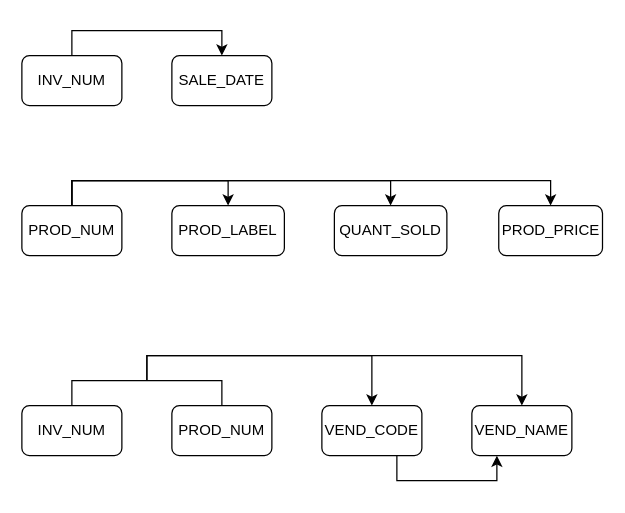
Before: Dependencies_remove_partial.drawio in muoujiang/byb_project, a draw.io diagram. Source tidied: cells renumbered, new cells numbered last; positions are measured from the earlier drawing's top-left corner, leaving out a move shared by most shapes. Both pictures are drawn from the tidied source at 125%, with x=0, y=0 at pixel (21, 55).
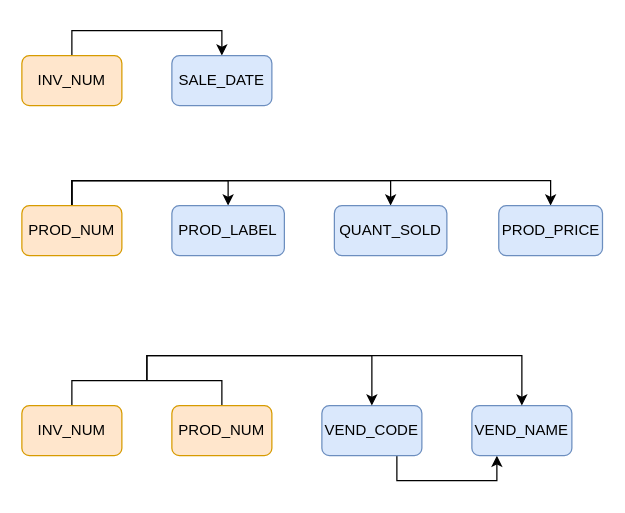
The same page after the edit.

Diff of the diagram source:
```diff
@@
-    <mxCell id="3" value="INV_NUM" style="rounded=1;whiteSpace=wrap;html=1;" parent="1" vertex="1">
+    <mxCell id="3" value="INV_NUM" style="rounded=1;whiteSpace=wrap;html=1;fillColor=#ffe6cc;strokeColor=#d79b00;" parent="1" vertex="1">
       <mxGeometry width="80" height="40" as="geometry" />
     </mxCell>
@@
-    <mxCell id="7" value="PROD_NUM" style="rounded=1;whiteSpace=wrap;html=1;" parent="1" vertex="1">
+    <mxCell id="7" value="PROD_NUM" style="rounded=1;whiteSpace=wrap;html=1;fillColor=#ffe6cc;strokeColor=#d79b00;" parent="1" vertex="1">
       <mxGeometry y="120" width="80" height="40" as="geometry" />
     </mxCell>
-    <mxCell id="8" value="SALE_DATE" style="rounded=1;whiteSpace=wrap;html=1;" parent="1" vertex="1">
+    <mxCell id="8" value="SALE_DATE" style="rounded=1;whiteSpace=wrap;html=1;fillColor=#dae8fc;strokeColor=#6c8ebf;" parent="1" vertex="1">
       <mxGeometry x="120" width="80" height="40" as="geometry" />
     </mxCell>
-    <mxCell id="9" value="PROD_LABEL" style="rounded=1;whiteSpace=wrap;html=1;" parent="1" vertex="1">
+    <mxCell id="9" value="PROD_LABEL" style="rounded=1;whiteSpace=wrap;html=1;fillColor=#dae8fc;strokeColor=#6c8ebf;" parent="1" vertex="1">
       <mxGeometry x="120" y="120" width="90" height="40" as="geometry" />
     </mxCell>
@@
-    <mxCell id="11" value="VEND_CODE" style="rounded=1;whiteSpace=wrap;html=1;" parent="1" vertex="1">
+    <mxCell id="11" value="VEND_CODE" style="rounded=1;whiteSpace=wrap;html=1;fillColor=#dae8fc;strokeColor=#6c8ebf;" parent="1" vertex="1">
       <mxGeometry x="240" y="280" width="80" height="40" as="geometry" />
     </mxCell>
-    <mxCell id="12" value="VEND_NAME" style="rounded=1;whiteSpace=wrap;html=1;" parent="1" vertex="1">
+    <mxCell id="12" value="VEND_NAME" style="rounded=1;whiteSpace=wrap;html=1;fillColor=#dae8fc;strokeColor=#6c8ebf;" parent="1" vertex="1">
       <mxGeometry x="360" y="280" width="80" height="40" as="geometry" />
     </mxCell>
-    <mxCell id="13" value="QUANT_SOLD" style="rounded=1;whiteSpace=wrap;html=1;" parent="1" vertex="1">
+    <mxCell id="13" value="QUANT_SOLD" style="rounded=1;whiteSpace=wrap;html=1;fillColor=#dae8fc;strokeColor=#6c8ebf;" parent="1" vertex="1">
       <mxGeometry x="250" y="120" width="90" height="40" as="geometry" />
     </mxCell>
-    <mxCell id="14" value="PROD_PRICE" style="rounded=1;whiteSpace=wrap;html=1;" parent="1" vertex="1">
+    <mxCell id="14" value="PROD_PRICE" style="rounded=1;whiteSpace=wrap;html=1;fillColor=#dae8fc;strokeColor=#6c8ebf;" parent="1" vertex="1">
       <mxGeometry x="381.5" y="120" width="83" height="40" as="geometry" />
     </mxCell>
@@
-    <mxCell id="16" value="INV_NUM" style="rounded=1;whiteSpace=wrap;html=1;" parent="1" vertex="1">
+    <mxCell id="16" value="INV_NUM" style="rounded=1;whiteSpace=wrap;html=1;fillColor=#ffe6cc;strokeColor=#d79b00;" parent="1" vertex="1">
       <mxGeometry y="280" width="80" height="40" as="geometry" />
     </mxCell>
-    <mxCell id="17" value="PROD_NUM" style="rounded=1;whiteSpace=wrap;html=1;" parent="1" vertex="1">
+    <mxCell id="17" value="PROD_NUM" style="rounded=1;whiteSpace=wrap;html=1;fillColor=#ffe6cc;strokeColor=#d79b00;" parent="1" vertex="1">
       <mxGeometry x="120" y="280" width="80" height="40" as="geometry" />
     </mxCell>
```
